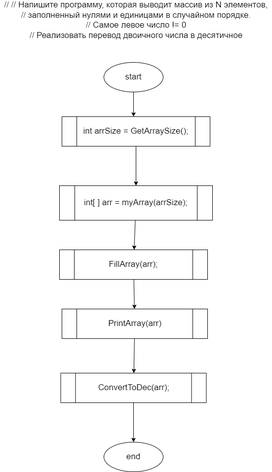
Before: ex1/blok.drawio.png, a diagram exported from draw.io (ShrimpyKate/HomeWork4). Source tidied: cells renumbered, new cells last; positions are measured from the earlier drawing's top-left corner, leaving out a move shared by most shapes. Its diagram source:
```xml
<mxGraphModel>
  <root>
    <mxCell id="0" />
    <mxCell id="1" parent="0" />
    <mxCell id="2" value="&lt;div style=&quot;font-size: 17px&quot;&gt;&lt;font style=&quot;font-size: 17px&quot;&gt;// // Напишите программу, которая выводит массив из N элементов,&lt;/font&gt;&lt;/div&gt;&lt;div style=&quot;font-size: 17px&quot;&gt;&lt;font style=&quot;font-size: 17px&quot;&gt;// заполненный нулями и единицами в случайном порядке.&lt;/font&gt;&lt;/div&gt;&lt;div style=&quot;font-size: 17px&quot;&gt;&lt;font style=&quot;font-size: 17px&quot;&gt;// Самое левое число != 0&lt;/font&gt;&lt;/div&gt;&lt;div style=&quot;font-size: 17px&quot;&gt;&lt;font style=&quot;font-size: 17px&quot;&gt;// Реализовать перевод двоичного числа в десятичное&lt;/font&gt;&lt;/div&gt;&lt;div style=&quot;font-size: 17px&quot;&gt;&lt;font style=&quot;font-size: 17px&quot;&gt;&lt;br&gt;&lt;/font&gt;&lt;/div&gt;&lt;div style=&quot;font-size: 17px&quot;&gt;&lt;br&gt;&lt;/div&gt;" style="text;html=1;align=center;verticalAlign=middle;strokeColor=none;fillColor=none;" parent="1" vertex="1">
      <mxGeometry width="550" height="90" as="geometry" />
    </mxCell>
    <mxCell id="3" style="edgeStyle=none;html=1;fontSize=17;" parent="1" edge="1" source="4">
      <mxGeometry relative="1" as="geometry">
        <mxPoint x="270" y="220" as="targetPoint" />
      </mxGeometry>
    </mxCell>
    <mxCell id="4" value="start" style="ellipse;whiteSpace=wrap;html=1;fontSize=17;" parent="1" vertex="1">
      <mxGeometry x="210" y="110" width="120" height="60" as="geometry" />
    </mxCell>
    <mxCell id="5" style="edgeStyle=none;html=1;fontSize=17;" parent="1" edge="1" source="6">
      <mxGeometry relative="1" as="geometry">
        <mxPoint x="275" y="360" as="targetPoint" />
      </mxGeometry>
    </mxCell>
    <mxCell id="6" value="int arrSize = GetArraySize();" style="shape=process;whiteSpace=wrap;html=1;backgroundOutline=1;fontSize=17;" parent="1" vertex="1">
      <mxGeometry x="125" y="220" width="300" height="60" as="geometry" />
    </mxCell>
    <mxCell id="7" style="edgeStyle=none;html=1;fontSize=17;" parent="1" edge="1" source="8" target="10">
      <mxGeometry relative="1" as="geometry" />
    </mxCell>
    <mxCell id="8" value="int[ ] arr = myArray(arrSize);" style="shape=process;whiteSpace=wrap;html=1;backgroundOutline=1;fontSize=17;" parent="1" vertex="1">
      <mxGeometry x="120" y="360" width="310" height="70" as="geometry" />
    </mxCell>
    <mxCell id="9" style="edgeStyle=none;html=1;fontSize=17;" parent="1" edge="1" source="10" target="12">
      <mxGeometry relative="1" as="geometry" />
    </mxCell>
    <mxCell id="10" value="FillArray(arr);" style="shape=process;whiteSpace=wrap;html=1;backgroundOutline=1;fontSize=17;" parent="1" vertex="1">
      <mxGeometry x="120" y="490" width="300" height="60" as="geometry" />
    </mxCell>
    <mxCell id="11" style="edgeStyle=none;html=1;fontSize=17;" parent="1" edge="1" source="12" target="14">
      <mxGeometry relative="1" as="geometry" />
    </mxCell>
    <mxCell id="12" value="PrintArray(arr)" style="shape=process;whiteSpace=wrap;html=1;backgroundOutline=1;fontSize=17;" parent="1" vertex="1">
      <mxGeometry x="125" y="610" width="295" height="60" as="geometry" />
    </mxCell>
    <mxCell id="13" style="edgeStyle=none;html=1;fontSize=17;" parent="1" edge="1" source="14" target="15">
      <mxGeometry relative="1" as="geometry" />
    </mxCell>
    <mxCell id="14" value="ConvertToDec(arr);" style="shape=process;whiteSpace=wrap;html=1;backgroundOutline=1;fontSize=17;" parent="1" vertex="1">
      <mxGeometry x="122.5" y="740" width="295" height="60" as="geometry" />
    </mxCell>
    <mxCell id="15" value="end" style="ellipse;whiteSpace=wrap;html=1;fontSize=17;" parent="1" vertex="1">
      <mxGeometry x="210" y="880" width="120" height="60" as="geometry" />
    </mxCell>
  </root>
</mxGraphModel>
```
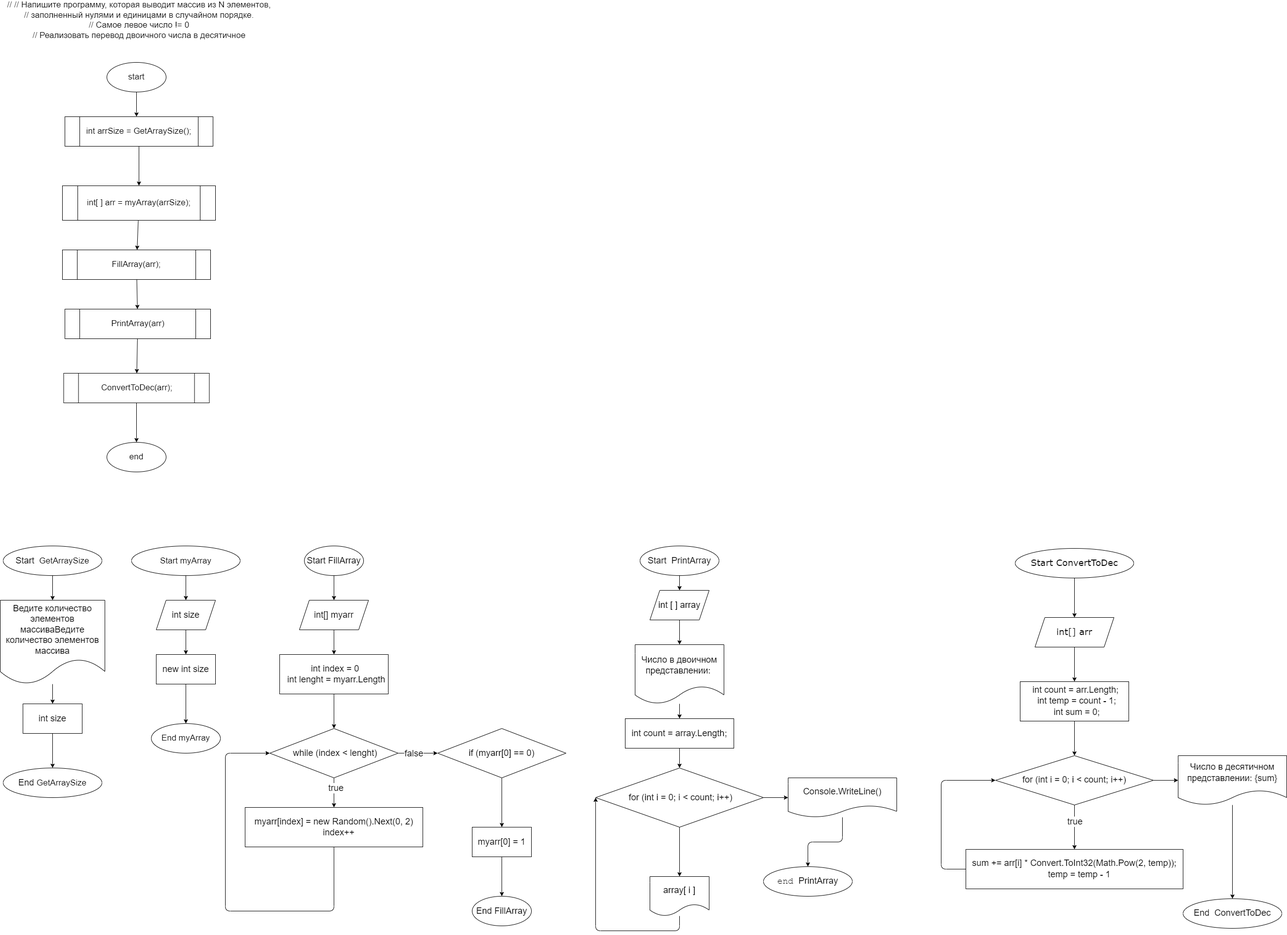
After the commit.

What changed in the source:
```diff
@@ -48,5 +48,224 @@
     <mxCell id="15" value="end" style="ellipse;whiteSpace=wrap;html=1;fontSize=17;" parent="1" vertex="1">
       <mxGeometry x="210" y="880" width="120" height="60" as="geometry" />
     </mxCell>
+    <mxCell id="16" style="edgeStyle=none;html=1;" parent="1" edge="1" source="17">
+      <mxGeometry relative="1" as="geometry">
+        <mxPoint x="100" y="1200" as="targetPoint" />
+      </mxGeometry>
+    </mxCell>
+    <mxCell id="17" value="&lt;font style=&quot;font-size: 18px&quot;&gt;Start&amp;nbsp;&lt;/font&gt;&lt;span style=&quot;font-size: 17px&quot;&gt;&amp;nbsp;GetArraySize&lt;/span&gt;" style="ellipse;whiteSpace=wrap;html=1;" parent="1" vertex="1">
+      <mxGeometry y="1090" width="200" height="60" as="geometry" />
+    </mxCell>
+    <mxCell id="18" style="edgeStyle=none;html=1;fontSize=18;" parent="1" edge="1" source="19" target="29">
+      <mxGeometry relative="1" as="geometry" />
+    </mxCell>
+    <mxCell id="19" value="&lt;font style=&quot;font-size: 18px&quot;&gt;new int size&lt;/font&gt;" style="whiteSpace=wrap;html=1;" parent="1" vertex="1">
+      <mxGeometry x="310" y="1310" width="120" height="60" as="geometry" />
+    </mxCell>
+    <mxCell id="20" value="&lt;font style=&quot;font-size: 18px&quot;&gt;End&amp;nbsp;&lt;/font&gt;&lt;span style=&quot;font-size: 17px&quot;&gt;GetArraySize&lt;/span&gt;" style="ellipse;whiteSpace=wrap;html=1;" parent="1" vertex="1">
+      <mxGeometry y="1540" width="200" height="60" as="geometry" />
+    </mxCell>
+    <mxCell id="21" style="edgeStyle=none;html=1;fontSize=18;" parent="1" edge="1" source="22" target="24">
+      <mxGeometry relative="1" as="geometry" />
+    </mxCell>
+    <mxCell id="22" value="&lt;span style=&quot;font-size: 17px&quot;&gt;Start myArray&lt;/span&gt;" style="ellipse;whiteSpace=wrap;html=1;fontSize=18;" parent="1" vertex="1">
+      <mxGeometry x="260" y="1090" width="220" height="60" as="geometry" />
+    </mxCell>
+    <mxCell id="23" style="edgeStyle=none;html=1;fontSize=18;" parent="1" edge="1" source="24" target="19">
+      <mxGeometry relative="1" as="geometry" />
+    </mxCell>
+    <mxCell id="24" value="int size" style="shape=parallelogram;perimeter=parallelogramPerimeter;whiteSpace=wrap;html=1;fixedSize=1;fontSize=18;" parent="1" vertex="1">
+      <mxGeometry x="310" y="1200" width="120" height="60" as="geometry" />
+    </mxCell>
+    <mxCell id="25" style="edgeStyle=none;html=1;fontSize=18;" parent="1" edge="1" source="26" target="28">
+      <mxGeometry relative="1" as="geometry" />
+    </mxCell>
+    <mxCell id="26" value="Ведите количество элементов массиваВедите количество элементов массива" style="shape=document;whiteSpace=wrap;html=1;boundedLbl=1;fontSize=18;" parent="1" vertex="1">
+      <mxGeometry x="-6" y="1200" width="212" height="170" as="geometry" />
+    </mxCell>
+    <mxCell id="27" style="edgeStyle=none;html=1;fontSize=18;" parent="1" edge="1" source="28" target="20">
+      <mxGeometry relative="1" as="geometry" />
+    </mxCell>
+    <mxCell id="28" value="int size" style="whiteSpace=wrap;html=1;fontSize=18;" parent="1" vertex="1">
+      <mxGeometry x="40" y="1410" width="120" height="60" as="geometry" />
+    </mxCell>
+    <mxCell id="29" value="&lt;span style=&quot;font-size: 17px&quot;&gt;End myArray&lt;/span&gt;" style="ellipse;whiteSpace=wrap;html=1;" parent="1" vertex="1">
+      <mxGeometry x="300" y="1450" width="140" height="60" as="geometry" />
+    </mxCell>
+    <mxCell id="30" style="edgeStyle=none;html=1;fontSize=18;" parent="1" edge="1" source="31" target="33">
+      <mxGeometry relative="1" as="geometry" />
+    </mxCell>
+    <mxCell id="31" value="Start FillArray" style="ellipse;whiteSpace=wrap;html=1;fontSize=18;" parent="1" vertex="1">
+      <mxGeometry x="610" y="1090" width="120" height="60" as="geometry" />
+    </mxCell>
+    <mxCell id="32" style="edgeStyle=none;html=1;fontSize=18;" parent="1" edge="1" source="33">
+      <mxGeometry relative="1" as="geometry">
+        <mxPoint x="670" y="1310" as="targetPoint" />
+      </mxGeometry>
+    </mxCell>
+    <mxCell id="33" value="int[] myarr" style="shape=parallelogram;perimeter=parallelogramPerimeter;whiteSpace=wrap;html=1;fixedSize=1;fontSize=18;" parent="1" vertex="1">
+      <mxGeometry x="600" y="1200" width="140" height="60" as="geometry" />
+    </mxCell>
+    <mxCell id="34" style="edgeStyle=none;html=1;fontSize=18;" parent="1" edge="1">
+      <mxGeometry relative="1" as="geometry">
+        <mxPoint x="670" y="1390" as="sourcePoint" />
+        <mxPoint x="670" y="1460" as="targetPoint" />
+      </mxGeometry>
+    </mxCell>
+    <mxCell id="35" value="&lt;div&gt;&amp;nbsp;int index = 0&lt;/div&gt;&lt;div&gt;&amp;nbsp; int lenght = myarr.Length&lt;/div&gt;" style="whiteSpace=wrap;html=1;fontSize=18;" parent="1" vertex="1">
+      <mxGeometry x="560" y="1310" width="220" height="80" as="geometry" />
+    </mxCell>
+    <mxCell id="36" style="edgeStyle=none;html=1;fontSize=18;" parent="1" edge="1" source="40" target="42">
+      <mxGeometry relative="1" as="geometry" />
+    </mxCell>
+    <mxCell id="37" value="true" style="edgeLabel;html=1;align=center;verticalAlign=middle;fontSize=18;" parent="36" vertex="1">
+      <mxGeometry x="-0.35" y="3" relative="1" as="geometry" />
+    </mxCell>
+    <mxCell id="38" style="edgeStyle=none;html=1;fontSize=18;" parent="1" edge="1" source="40" target="44">
+      <mxGeometry relative="1" as="geometry" />
+    </mxCell>
+    <mxCell id="39" value="false" style="edgeLabel;html=1;align=center;verticalAlign=middle;fontSize=18;" parent="38" vertex="1">
+      <mxGeometry x="-0.23" y="-4" relative="1" as="geometry">
+        <mxPoint y="-4" as="offset" />
+      </mxGeometry>
+    </mxCell>
+    <mxCell id="40" value="&amp;nbsp;while (index &amp;lt; lenght)" style="rhombus;whiteSpace=wrap;html=1;fontSize=18;" parent="1" vertex="1">
+      <mxGeometry x="540" y="1460" width="260" height="100" as="geometry" />
+    </mxCell>
+    <mxCell id="41" style="edgeStyle=none;html=1;entryX=0;entryY=0.5;entryDx=0;entryDy=0;fontSize=18;" parent="1" edge="1" source="42" target="40">
+      <mxGeometry relative="1" as="geometry">
+        <Array as="points">
+          <mxPoint x="670" y="1830" />
+          <mxPoint x="450" y="1830" />
+          <mxPoint x="450" y="1510" />
+        </Array>
+      </mxGeometry>
+    </mxCell>
+    <mxCell id="42" value="&lt;div&gt;myarr[index] = new Random().Next(0, 2)&lt;/div&gt;&lt;div&gt;&amp;nbsp; &amp;nbsp; index++&lt;/div&gt;" style="whiteSpace=wrap;html=1;fontSize=18;" parent="1" vertex="1">
+      <mxGeometry x="490" y="1620" width="360" height="80" as="geometry" />
+    </mxCell>
+    <mxCell id="43" style="edgeStyle=none;html=1;fontSize=18;" parent="1" edge="1" source="44" target="46">
+      <mxGeometry relative="1" as="geometry" />
+    </mxCell>
+    <mxCell id="44" value="if (myarr[0] == 0)" style="rhombus;whiteSpace=wrap;html=1;fontSize=18;" parent="1" vertex="1">
+      <mxGeometry x="880" y="1460" width="260" height="100" as="geometry" />
+    </mxCell>
+    <mxCell id="45" style="edgeStyle=none;html=1;fontFamily=Helvetica;fontSize=18;" parent="1" edge="1" source="46" target="78">
+      <mxGeometry relative="1" as="geometry" />
+    </mxCell>
+    <mxCell id="46" value="myarr[0] = 1" style="whiteSpace=wrap;html=1;fontSize=18;" parent="1" vertex="1">
+      <mxGeometry x="950" y="1660" width="120" height="60" as="geometry" />
+    </mxCell>
+    <mxCell id="47" style="edgeStyle=none;html=1;fontSize=18;" parent="1" edge="1" source="48" target="50">
+      <mxGeometry relative="1" as="geometry" />
+    </mxCell>
+    <mxCell id="48" value="Start&amp;nbsp;&amp;nbsp;PrintArray" style="ellipse;whiteSpace=wrap;html=1;fontSize=18;" parent="1" vertex="1">
+      <mxGeometry x="1290" y="1090" width="160" height="60" as="geometry" />
+    </mxCell>
+    <mxCell id="49" style="edgeStyle=none;html=1;fontFamily=Courier New;fontSize=18;" parent="1" edge="1" source="50" target="52">
+      <mxGeometry relative="1" as="geometry" />
+    </mxCell>
+    <mxCell id="50" value="int [ ] array" style="shape=parallelogram;perimeter=parallelogramPerimeter;whiteSpace=wrap;html=1;fixedSize=1;fontSize=18;" parent="1" vertex="1">
+      <mxGeometry x="1310" y="1180" width="120" height="60" as="geometry" />
+    </mxCell>
+    <mxCell id="51" style="edgeStyle=none;html=1;fontFamily=Courier New;fontSize=18;" parent="1" edge="1" source="52" target="54">
+      <mxGeometry relative="1" as="geometry" />
+    </mxCell>
+    <mxCell id="52" value="Число в двоичном представлении:&amp;nbsp;" style="shape=document;whiteSpace=wrap;html=1;boundedLbl=1;fontSize=18;" parent="1" vertex="1">
+      <mxGeometry x="1280" y="1290" width="180" height="120" as="geometry" />
+    </mxCell>
+    <mxCell id="53" style="edgeStyle=none;html=1;fontFamily=Courier New;fontSize=18;" parent="1" edge="1" source="54" target="57">
+      <mxGeometry relative="1" as="geometry" />
+    </mxCell>
+    <mxCell id="54" value="int count = array.Length;" style="whiteSpace=wrap;html=1;fontSize=18;" parent="1" vertex="1">
+      <mxGeometry x="1260" y="1440" width="220" height="60" as="geometry" />
+    </mxCell>
+    <mxCell id="55" style="edgeStyle=none;html=1;fontFamily=Courier New;fontSize=18;" parent="1" edge="1" source="57" target="59">
+      <mxGeometry relative="1" as="geometry" />
+    </mxCell>
+    <mxCell id="56" style="edgeStyle=none;html=1;fontFamily=Courier New;fontSize=18;" parent="1" edge="1" source="57" target="61">
+      <mxGeometry relative="1" as="geometry" />
+    </mxCell>
+    <mxCell id="57" value="&amp;nbsp;for (int i = 0; i &amp;lt; count; i++)" style="rhombus;whiteSpace=wrap;html=1;fontSize=18;" parent="1" vertex="1">
+      <mxGeometry x="1200" y="1540" width="340" height="120" as="geometry" />
+    </mxCell>
+    <mxCell id="58" style="edgeStyle=none;html=1;entryX=0;entryY=0.5;entryDx=0;entryDy=0;fontFamily=Courier New;fontSize=18;" parent="1" edge="1" source="59" target="57">
+      <mxGeometry relative="1" as="geometry">
+        <Array as="points">
+          <mxPoint x="1370" y="1870" />
+          <mxPoint x="1200" y="1870" />
+        </Array>
+      </mxGeometry>
+    </mxCell>
+    <mxCell id="59" value="array[ i ]" style="shape=document;whiteSpace=wrap;html=1;boundedLbl=1;fontSize=18;" parent="1" vertex="1">
+      <mxGeometry x="1310" y="1760" width="120" height="80" as="geometry" />
+    </mxCell>
+    <mxCell id="60" style="edgeStyle=none;html=1;entryX=0.5;entryY=0;entryDx=0;entryDy=0;fontFamily=Courier New;fontSize=18;" parent="1" edge="1" source="61" target="62">
+      <mxGeometry relative="1" as="geometry">
+        <Array as="points">
+          <mxPoint x="1700" y="1690" />
+          <mxPoint x="1630" y="1690" />
+        </Array>
+      </mxGeometry>
+    </mxCell>
+    <mxCell id="61" value="Console.WriteLine()" style="shape=document;whiteSpace=wrap;html=1;boundedLbl=1;fontSize=18;" parent="1" vertex="1">
+      <mxGeometry x="1590" y="1560" width="220" height="80" as="geometry" />
+    </mxCell>
+    <mxCell id="62" value="end&amp;nbsp;&lt;span style=&quot;font-family: &amp;#34;helvetica&amp;#34;&quot;&gt;PrintArray&lt;/span&gt;" style="ellipse;whiteSpace=wrap;html=1;fontFamily=Courier New;fontSize=18;" parent="1" vertex="1">
+      <mxGeometry x="1540" y="1740" width="180" height="60" as="geometry" />
+    </mxCell>
+    <mxCell id="63" style="edgeStyle=none;html=1;fontFamily=Verdana;fontSize=18;" parent="1" edge="1" source="64" target="66">
+      <mxGeometry relative="1" as="geometry" />
+    </mxCell>
+    <mxCell id="64" value="&lt;font face=&quot;Verdana&quot;&gt;Start&amp;nbsp;ConvertToDec&lt;/font&gt;" style="ellipse;whiteSpace=wrap;html=1;fontFamily=Courier New;fontSize=18;" parent="1" vertex="1">
+      <mxGeometry x="2050" y="1095" width="240" height="60" as="geometry" />
+    </mxCell>
+    <mxCell id="65" style="edgeStyle=none;html=1;fontFamily=Verdana;fontSize=18;" parent="1" edge="1" source="66" target="68">
+      <mxGeometry relative="1" as="geometry" />
+    </mxCell>
+    <mxCell id="66" value="&lt;font face=&quot;Verdana&quot;&gt;int[] arr&lt;/font&gt;" style="shape=parallelogram;perimeter=parallelogramPerimeter;whiteSpace=wrap;html=1;fixedSize=1;fontSize=18;fontFamily=Courier New;" parent="1" vertex="1">
+      <mxGeometry x="2090" y="1235" width="160" height="60" as="geometry" />
+    </mxCell>
+    <mxCell id="67" style="edgeStyle=none;html=1;fontFamily=Helvetica;fontSize=18;" parent="1" edge="1" source="68" target="72">
+      <mxGeometry relative="1" as="geometry" />
+    </mxCell>
+    <mxCell id="68" value="&lt;div&gt;&lt;font face=&quot;Helvetica&quot;&gt;&amp;nbsp;int count = arr.Length;&lt;/font&gt;&lt;/div&gt;&lt;div&gt;&lt;font face=&quot;Helvetica&quot;&gt;&amp;nbsp; int temp = count - 1;&lt;/font&gt;&lt;/div&gt;&lt;div&gt;&lt;font face=&quot;Helvetica&quot;&gt;&amp;nbsp; int sum = 0;&lt;/font&gt;&lt;/div&gt;" style="whiteSpace=wrap;html=1;fontSize=18;fontFamily=Courier New;" parent="1" vertex="1">
+      <mxGeometry x="2060" y="1365" width="220" height="80" as="geometry" />
+    </mxCell>
+    <mxCell id="69" style="edgeStyle=none;html=1;fontFamily=Helvetica;fontSize=18;" parent="1" edge="1" source="72" target="74">
+      <mxGeometry relative="1" as="geometry" />
+    </mxCell>
+    <mxCell id="70" value="true" style="edgeLabel;html=1;align=center;verticalAlign=middle;fontSize=18;fontFamily=Helvetica;" parent="69" vertex="1">
+      <mxGeometry x="-0.26" relative="1" as="geometry" />
+    </mxCell>
+    <mxCell id="71" style="edgeStyle=none;html=1;fontFamily=Helvetica;fontSize=18;" parent="1" edge="1" source="72" target="76">
+      <mxGeometry relative="1" as="geometry" />
+    </mxCell>
+    <mxCell id="72" value="&lt;font face=&quot;Helvetica&quot;&gt;for (int i = 0; i &amp;lt; count; i++)&lt;/font&gt;" style="rhombus;whiteSpace=wrap;html=1;fontSize=18;fontFamily=Courier New;" parent="1" vertex="1">
+      <mxGeometry x="2010" y="1515" width="320" height="100" as="geometry" />
+    </mxCell>
+    <mxCell id="73" style="edgeStyle=none;html=1;entryX=0;entryY=0.5;entryDx=0;entryDy=0;fontFamily=Helvetica;fontSize=18;" parent="1" edge="1" source="74" target="72">
+      <mxGeometry relative="1" as="geometry">
+        <Array as="points">
+          <mxPoint x="1900" y="1745" />
+          <mxPoint x="1900" y="1565" />
+        </Array>
+      </mxGeometry>
+    </mxCell>
+    <mxCell id="74" value="&lt;div&gt;&lt;font face=&quot;Helvetica&quot;&gt;sum += arr[i] * Convert.ToInt32(Math.Pow(2, temp));&lt;/font&gt;&lt;/div&gt;&lt;div&gt;&lt;font face=&quot;Helvetica&quot;&gt;&amp;nbsp; &amp;nbsp; temp = temp - 1&lt;/font&gt;&lt;/div&gt;" style="whiteSpace=wrap;html=1;fontSize=18;fontFamily=Courier New;" parent="1" vertex="1">
+      <mxGeometry x="1950" y="1705" width="440" height="80" as="geometry" />
+    </mxCell>
+    <mxCell id="75" style="edgeStyle=none;html=1;fontFamily=Helvetica;fontSize=18;" parent="1" edge="1" source="76" target="77">
+      <mxGeometry relative="1" as="geometry" />
+    </mxCell>
+    <mxCell id="76" value="&lt;font face=&quot;Helvetica&quot;&gt;Число в десятичном представлении: {sum}&lt;/font&gt;" style="shape=document;whiteSpace=wrap;html=1;boundedLbl=1;fontSize=18;fontFamily=Courier New;" parent="1" vertex="1">
+      <mxGeometry x="2380" y="1515" width="220" height="100" as="geometry" />
+    </mxCell>
+    <mxCell id="77" value="&lt;font face=&quot;Helvetica&quot;&gt;End&amp;nbsp;&amp;nbsp;ConvertToDec&lt;/font&gt;" style="ellipse;whiteSpace=wrap;html=1;fontSize=18;fontFamily=Courier New;" parent="1" vertex="1">
+      <mxGeometry x="2390" y="1805" width="200" height="60" as="geometry" />
+    </mxCell>
+    <mxCell id="78" value="&lt;span&gt;End FillArray&lt;/span&gt;" style="ellipse;whiteSpace=wrap;html=1;fontSize=18;" parent="1" vertex="1">
+      <mxGeometry x="950" y="1800" width="120" height="60" as="geometry" />
+    </mxCell>
   </root>
 </mxGraphModel>
```
